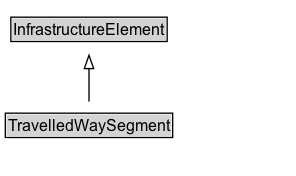
The Graphviz diagram docs/diagrams/TravelledWaySegment.dot.png in ISO-TC204/ontology-cdm-p2-v1, before a commit. Its source is kept beside it as docs/diagrams/TravelledWaySegment.dot. The source it was exported from:
```dot
digraph {
	graph [overlap=false rankdir=TB splines=true]
	node [fontname=Arial fontsize=12 margin=0 shape=none]
	edge [fontname=Arial fontsize=11]
	{
		rank=max
		TravelledWaySegment [label=<<TABLE BORDER="1" CELLBORDER="0" CELLSPACING="0" CELLPADDING="1"><TR><TD BGCOLOR="lightgray" ALIGN="CENTER" PORT="e">TravelledWaySegment</TD></TR></TABLE>> URL="../TravelledWaySegment.md" margin=0]
	}
	subgraph cluster_associated {
		label="" style=invis
		Invis [label=<<TABLE BORDER="0" CELLBORDER="0" CELLSPACING="0" CELLPADDING="1"><TR><TD></TD></TR></TABLE>> margin=0 style=invis]
	}
	InfrastructureElement [label=<<TABLE BORDER="1" CELLBORDER="0" CELLSPACING="0" CELLPADDING="1"><TR><TD BGCOLOR="lightgray" ALIGN="CENTER">InfrastructureElement</TD></TR></TABLE>> URL="../InfrastructureElement.md" margin=0]
	TravelledWaySegment -> InfrastructureElement [arrowhead=onormal style=solid]
}
```
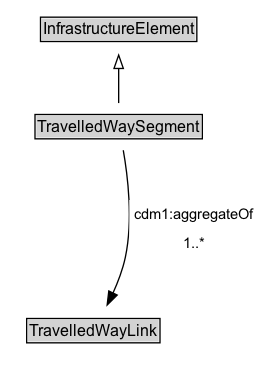
The same file after the commit.

Change to the diagram source:
```diff
@@ -3,13 +3,21 @@
 	node [fontname=Arial fontsize=12 margin=0 shape=none]
 	edge [fontname=Arial fontsize=11]
 	{
+		rank=source
+		InfrastructureElement [label=<<TABLE BORDER="1" CELLBORDER="0" CELLSPACING="0" CELLPADDING="1"><TR><TD BGCOLOR="lightgray" ALIGN="CENTER">InfrastructureElement</TD></TR></TABLE>> URL="../InfrastructureElement" margin=0]
+	}
+	TravelledWaySegment [label=<<TABLE BORDER="1" CELLBORDER="0" CELLSPACING="0" CELLPADDING="1"><TR><TD BGCOLOR="lightgray" ALIGN="CENTER">TravelledWaySegment</TD></TR></TABLE>> URL="../TravelledWaySegment" margin=0]
+	{
 		rank=max
-		TravelledWaySegment [label=<<TABLE BORDER="1" CELLBORDER="0" CELLSPACING="0" CELLPADDING="1"><TR><TD BGCOLOR="lightgray" ALIGN="CENTER" PORT="e">TravelledWaySegment</TD></TR></TABLE>> URL="../TravelledWaySegment.md" margin=0]
 	}
 	subgraph cluster_associated {
 		label="" style=invis
 		Invis [label=<<TABLE BORDER="0" CELLBORDER="0" CELLSPACING="0" CELLPADDING="1"><TR><TD></TD></TR></TABLE>> margin=0 style=invis]
+		TravelledWayLink [label=<<TABLE BORDER="1" CELLBORDER="0" CELLSPACING="0" CELLPADDING="1"><TR><TD BGCOLOR="lightgray" ALIGN="CENTER">TravelledWayLink</TD></TR></TABLE>> URL="../TravelledWayLink" margin=0]
 	}
-	InfrastructureElement [label=<<TABLE BORDER="1" CELLBORDER="0" CELLSPACING="0" CELLPADDING="1"><TR><TD BGCOLOR="lightgray" ALIGN="CENTER">InfrastructureElement</TD></TR></TABLE>> URL="../InfrastructureElement.md" margin=0]
 	TravelledWaySegment -> InfrastructureElement [arrowhead=onormal style=solid]
+	TravelledWaySegment -> Invis [style=invis]
+	Invis -> TravelledWayLink [style=invis]
+	TravelledWayLink [label=<<TABLE BORDER="1" CELLBORDER="0" CELLSPACING="0" CELLPADDING="1"><TR><TD BGCOLOR="lightgray" ALIGN="CENTER">TravelledWayLink</TD></TR></TABLE>> URL="../TravelledWayLink" margin=0]
+	TravelledWaySegment -> TravelledWayLink [label=<<TABLE BORDER="0" CELLBORDER="0" CELLSPACING="0" CELLPADDING="4" BGCOLOR="white"><TR><TD ALIGN="CENTER">cdm1:aggregateOf</TD></TR><TR><TD ALIGN="CENTER">1..*</TD></TR></TABLE>> arrowhead=normal style=solid]
 }
```
